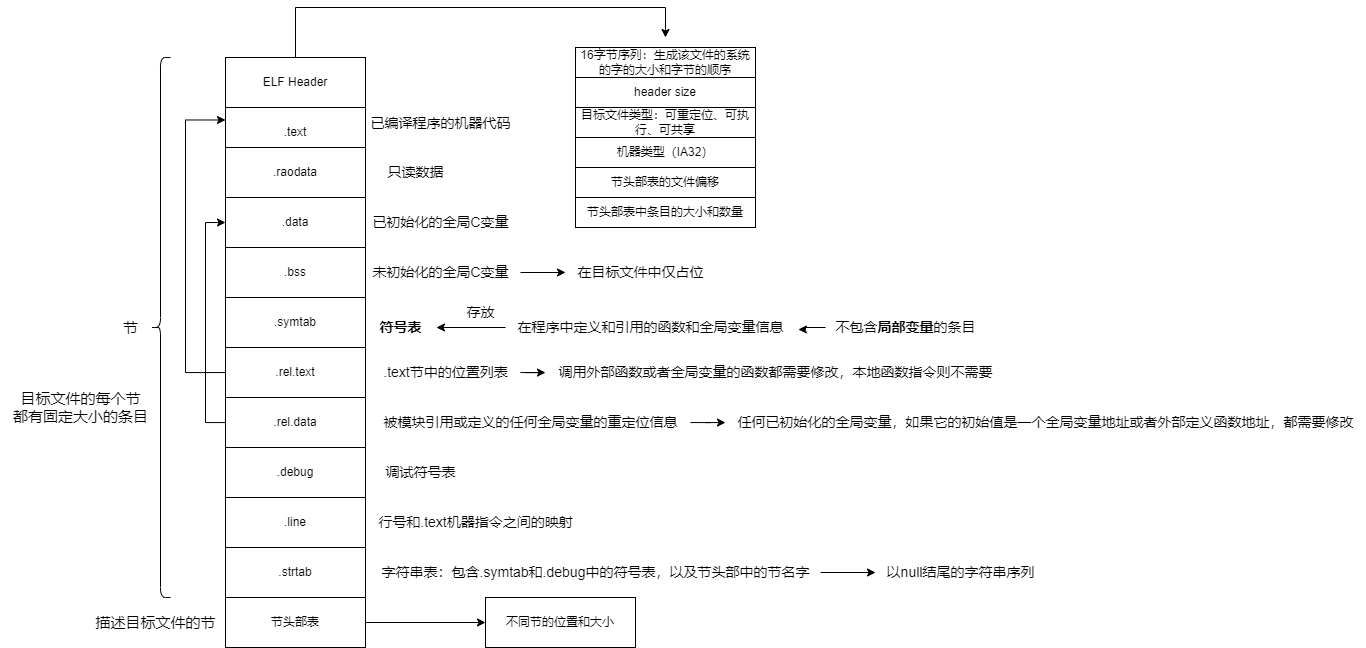
Before: data/ELF.drawio.png, a diagram exported from draw.io (mo-xiaoxiu/imagefrommyblog). Source tidied: cells renumbered, new cells last; positions are measured from the earlier drawing's top-left corner, leaving out a move shared by most shapes. Source of this version:
```xml
<mxGraphModel>
  <root>
    <mxCell id="0" />
    <mxCell id="1" parent="0" />
    <mxCell id="2" value="ELF Header" style="rounded=0;whiteSpace=wrap;html=1;" parent="1" vertex="1">
      <mxGeometry x="225" y="50" width="140" height="50" as="geometry" />
    </mxCell>
    <mxCell id="3" value=".text" style="rounded=0;whiteSpace=wrap;html=1;" parent="1" vertex="1">
      <mxGeometry x="225" y="100" width="140" height="50" as="geometry" />
    </mxCell>
    <mxCell id="4" value=".raodata" style="rounded=0;whiteSpace=wrap;html=1;" parent="1" vertex="1">
      <mxGeometry x="225" y="140" width="140" height="50" as="geometry" />
    </mxCell>
    <mxCell id="5" value=".data" style="rounded=0;whiteSpace=wrap;html=1;" parent="1" vertex="1">
      <mxGeometry x="225" y="190" width="140" height="50" as="geometry" />
    </mxCell>
    <mxCell id="6" value=".bss" style="rounded=0;whiteSpace=wrap;html=1;" parent="1" vertex="1">
      <mxGeometry x="225" y="240" width="140" height="50" as="geometry" />
    </mxCell>
    <mxCell id="7" value=".symtab" style="rounded=0;whiteSpace=wrap;html=1;" parent="1" vertex="1">
      <mxGeometry x="225" y="290" width="140" height="50" as="geometry" />
    </mxCell>
    <mxCell id="8" style="edgeStyle=orthogonalEdgeStyle;rounded=0;jettySize=auto;html=1;entryX=0;entryY=0.25;entryDx=0;entryDy=0;fontSize=14;" parent="1" edge="1" source="9" target="3">
      <mxGeometry relative="1" as="geometry">
        <Array as="points">
          <mxPoint x="185" y="365" />
          <mxPoint x="185" y="113" />
        </Array>
      </mxGeometry>
    </mxCell>
    <mxCell id="9" value=".rel.text" style="rounded=0;whiteSpace=wrap;html=1;" parent="1" vertex="1">
      <mxGeometry x="225" y="340" width="140" height="50" as="geometry" />
    </mxCell>
    <mxCell id="10" style="edgeStyle=orthogonalEdgeStyle;rounded=0;jettySize=auto;html=1;entryX=0;entryY=0.5;entryDx=0;entryDy=0;fontSize=14;" parent="1" edge="1" source="11" target="5">
      <mxGeometry relative="1" as="geometry">
        <Array as="points">
          <mxPoint x="205" y="415" />
          <mxPoint x="205" y="215" />
        </Array>
      </mxGeometry>
    </mxCell>
    <mxCell id="11" value=".rel.data" style="rounded=0;whiteSpace=wrap;html=1;" parent="1" vertex="1">
      <mxGeometry x="225" y="390" width="140" height="50" as="geometry" />
    </mxCell>
    <mxCell id="12" value=".debug" style="rounded=0;whiteSpace=wrap;html=1;" parent="1" vertex="1">
      <mxGeometry x="225" y="440" width="140" height="50" as="geometry" />
    </mxCell>
    <mxCell id="13" value=".line" style="rounded=0;whiteSpace=wrap;html=1;" parent="1" vertex="1">
      <mxGeometry x="225" y="490" width="140" height="50" as="geometry" />
    </mxCell>
    <mxCell id="14" value=".strtab" style="rounded=0;whiteSpace=wrap;html=1;" parent="1" vertex="1">
      <mxGeometry x="225" y="540" width="140" height="50" as="geometry" />
    </mxCell>
    <mxCell id="15" style="edgeStyle=orthogonalEdgeStyle;rounded=0;jettySize=auto;html=1;" parent="1" edge="1" source="16" target="17">
      <mxGeometry relative="1" as="geometry" />
    </mxCell>
    <mxCell id="16" value="节头部表" style="rounded=0;whiteSpace=wrap;html=1;" parent="1" vertex="1">
      <mxGeometry x="225" y="590" width="140" height="50" as="geometry" />
    </mxCell>
    <mxCell id="17" value="不同节的位置和大小" style="rounded=0;whiteSpace=wrap;html=1;" parent="1" vertex="1">
      <mxGeometry x="485" y="590" width="150" height="50" as="geometry" />
    </mxCell>
    <mxCell id="18" style="shape=curlyBracket;whiteSpace=wrap;html=1;rounded=1;" parent="1" vertex="1">
      <mxGeometry x="150" y="50" width="20" height="540" as="geometry" />
    </mxCell>
    <mxCell id="19" value="&lt;font style=&quot;font-size: 15px;&quot;&gt;节&lt;/font&gt;" style="text;html=1;align=center;verticalAlign=middle;strokeColor=none;fillColor=none;" parent="1" vertex="1">
      <mxGeometry x="110" y="305" width="40" height="30" as="geometry" />
    </mxCell>
    <mxCell id="20" value="描述目标文件的节" style="text;html=1;align=center;verticalAlign=middle;strokeColor=none;fillColor=none;fontSize=15;" parent="1" vertex="1">
      <mxGeometry x="85" y="600" width="140" height="30" as="geometry" />
    </mxCell>
    <mxCell id="21" style="group;" parent="1" vertex="1">
      <mxGeometry x="575" y="40" width="180" height="180" as="geometry" />
    </mxCell>
    <mxCell id="22" value="16字节序列：生成该文件的系统的字的大小和字节的顺序" style="rounded=0;whiteSpace=wrap;html=1;" parent="21" vertex="1">
      <mxGeometry width="180" height="30" as="geometry" />
    </mxCell>
    <mxCell id="23" value="header size&lt;span style=&quot;color: rgba(0, 0, 0, 0); font-family: monospace; font-size: 0px; text-align: start;&quot;&gt;%3CmxGraphModel%3E%3Croot%3E%3CmxCell%20id%3D%220%22%2F%3E%3CmxCell%20id%3D%221%22%20parent%3D%220%22%2F%3E%3CmxCell%20id%3D%222%22%20value%3D%2216%E5%AD%97%E8%8A%82%E5%BA%8F%E5%88%97%EF%BC%9A%E7%94%9F%E6%88%90%E8%AF%A5%E6%96%87%E4%BB%B6%E7%9A%84%E7%B3%BB%E7%BB%9F%E7%9A%84%E5%AD%97%E7%9A%84%E5%A4%A7%E5%B0%8F%E5%92%8C%E5%AD%97%E8%8A%82%E7%9A%84%E9%A1%BA%E5%BA%8F%22%20style%3D%22rounded%3D0%3BwhiteSpace%3Dwrap%3Bhtml%3D1%3B%22%20vertex%3D%221%22%20parent%3D%221%22%3E%3CmxGeometry%20x%3D%22470%22%20y%3D%22180%22%20width%3D%22180%22%20height%3D%2230%22%20as%3D%22geometry%22%2F%3E%3C%2FmxCell%3E%3C%2Froot%3E%3C%2FmxGraphModel%3E&lt;/span&gt;" style="rounded=0;whiteSpace=wrap;html=1;" parent="21" vertex="1">
      <mxGeometry y="30" width="180" height="30" as="geometry" />
    </mxCell>
    <mxCell id="24" value="目标文件类型：可重定位、可执行、可共享" style="rounded=0;whiteSpace=wrap;html=1;" parent="21" vertex="1">
      <mxGeometry y="60" width="180" height="30" as="geometry" />
    </mxCell>
    <mxCell id="25" value="机器类型（IA32）" style="rounded=0;whiteSpace=wrap;html=1;" parent="21" vertex="1">
      <mxGeometry y="90" width="180" height="30" as="geometry" />
    </mxCell>
    <mxCell id="26" value="节头部表的文件偏移" style="rounded=0;whiteSpace=wrap;html=1;" parent="21" vertex="1">
      <mxGeometry y="120" width="180" height="30" as="geometry" />
    </mxCell>
    <mxCell id="27" value="节头部表中条目的大小和数量" style="rounded=0;whiteSpace=wrap;html=1;" parent="21" vertex="1">
      <mxGeometry y="150" width="180" height="30" as="geometry" />
    </mxCell>
    <mxCell id="28" style="edgeStyle=orthogonalEdgeStyle;rounded=0;jettySize=auto;html=1;fontSize=15;" parent="1" edge="1" source="2">
      <mxGeometry relative="1" as="geometry">
        <mxPoint x="665" y="30" as="targetPoint" />
        <Array as="points">
          <mxPoint x="295" />
          <mxPoint x="665" />
        </Array>
      </mxGeometry>
    </mxCell>
    <mxCell id="29" value="目标文件的每个节&lt;br&gt;都有固定大小的条目" style="text;html=1;align=center;verticalAlign=middle;strokeColor=none;fillColor=none;fontSize=15;" parent="1" vertex="1">
      <mxGeometry y="375" width="160" height="50" as="geometry" />
    </mxCell>
    <mxCell id="30" value="&lt;font style=&quot;font-size: 14px;&quot;&gt;已编译程序的机器代码&lt;/font&gt;" style="text;html=1;align=center;verticalAlign=middle;strokeColor=none;fillColor=none;fontSize=15;" parent="1" vertex="1">
      <mxGeometry x="360" y="100" width="160" height="30" as="geometry" />
    </mxCell>
    <mxCell id="31" value="只读数据" style="text;html=1;align=center;verticalAlign=middle;strokeColor=none;fillColor=none;fontSize=14;" parent="1" vertex="1">
      <mxGeometry x="375" y="150" width="80" height="30" as="geometry" />
    </mxCell>
    <mxCell id="32" value="已初始化的全局C变量" style="text;html=1;align=center;verticalAlign=middle;strokeColor=none;fillColor=none;fontSize=14;" parent="1" vertex="1">
      <mxGeometry x="360" y="200" width="160" height="30" as="geometry" />
    </mxCell>
    <mxCell id="33" style="edgeStyle=orthogonalEdgeStyle;rounded=0;jettySize=auto;html=1;entryX=0;entryY=0.5;entryDx=0;entryDy=0;entryPerimeter=0;fontSize=14;" parent="1" edge="1" source="34" target="35">
      <mxGeometry relative="1" as="geometry" />
    </mxCell>
    <mxCell id="34" value="未初始化的全局C变量" style="text;html=1;align=center;verticalAlign=middle;points=[];strokeColor=none;fillColor=none;fontSize=14;" parent="1" vertex="1">
      <mxGeometry x="360" y="250" width="160" height="30" as="geometry" />
    </mxCell>
    <mxCell id="35" value="在目标文件中仅占位" style="text;html=1;align=center;verticalAlign=middle;points=[];strokeColor=none;fillColor=none;fontSize=14;" parent="1" vertex="1">
      <mxGeometry x="565" y="250" width="150" height="30" as="geometry" />
    </mxCell>
    <mxCell id="36" value="&lt;b&gt;符号表&lt;/b&gt;" style="text;html=1;align=center;verticalAlign=middle;points=[];strokeColor=none;fillColor=none;fontSize=14;" parent="1" vertex="1">
      <mxGeometry x="365" y="305" width="70" height="30" as="geometry" />
    </mxCell>
    <mxCell id="37" style="edgeStyle=orthogonalEdgeStyle;rounded=0;jettySize=auto;html=1;entryX=1.014;entryY=0.5;entryDx=0;entryDy=0;entryPerimeter=0;fontSize=14;" parent="1" edge="1" source="38" target="36">
      <mxGeometry relative="1" as="geometry" />
    </mxCell>
    <mxCell id="38" value="在程序中定义和引用的函数和全局变量信息" style="text;html=1;align=center;verticalAlign=middle;points=[];strokeColor=none;fillColor=none;fontSize=14;" parent="1" vertex="1">
      <mxGeometry x="505" y="305" width="290" height="30" as="geometry" />
    </mxCell>
    <mxCell id="39" value="存放" style="text;html=1;align=center;verticalAlign=middle;strokeColor=none;fillColor=none;fontSize=14;" parent="1" vertex="1">
      <mxGeometry x="455" y="290" width="50" height="30" as="geometry" />
    </mxCell>
    <mxCell id="40" style="edgeStyle=orthogonalEdgeStyle;rounded=0;jettySize=auto;html=1;entryX=1.01;entryY=0.567;entryDx=0;entryDy=0;entryPerimeter=0;fontSize=14;" parent="1" edge="1" source="41" target="38">
      <mxGeometry relative="1" as="geometry" />
    </mxCell>
    <mxCell id="41" value="不包含&lt;b&gt;局部变量&lt;/b&gt;的条目" style="text;html=1;align=center;verticalAlign=middle;points=[];strokeColor=none;fillColor=none;fontSize=14;" parent="1" vertex="1">
      <mxGeometry x="825" y="305" width="160" height="30" as="geometry" />
    </mxCell>
    <mxCell id="42" style="edgeStyle=orthogonalEdgeStyle;rounded=0;jettySize=auto;html=1;fontSize=14;" parent="1" edge="1" source="43" target="44">
      <mxGeometry relative="1" as="geometry" />
    </mxCell>
    <mxCell id="43" value=".text节中的位置列表" style="text;html=1;align=center;verticalAlign=middle;points=[];strokeColor=none;fillColor=none;fontSize=14;" parent="1" vertex="1">
      <mxGeometry x="370" y="350" width="150" height="30" as="geometry" />
    </mxCell>
    <mxCell id="44" value="调用外部函数或者全局变量的函数都需要修改，本地函数指令则不需要" style="text;html=1;align=center;verticalAlign=middle;points=[];strokeColor=none;fillColor=none;fontSize=14;" parent="1" vertex="1">
      <mxGeometry x="545" y="350" width="460" height="30" as="geometry" />
    </mxCell>
    <mxCell id="45" style="edgeStyle=orthogonalEdgeStyle;rounded=0;jettySize=auto;html=1;fontSize=14;" parent="1" edge="1" source="46" target="47">
      <mxGeometry relative="1" as="geometry" />
    </mxCell>
    <mxCell id="46" value="被模块引用或定义的任何全局变量的重定位信息" style="text;html=1;align=center;verticalAlign=middle;points=[];strokeColor=none;fillColor=none;fontSize=14;" parent="1" vertex="1">
      <mxGeometry x="370" y="400" width="320" height="30" as="geometry" />
    </mxCell>
    <mxCell id="47" value="任何已初始化的全局变量，如果它的初始值是一个全局变量地址或者外部定义函数地址，都需要修改" style="text;html=1;align=center;verticalAlign=middle;points=[];strokeColor=none;fillColor=none;fontSize=14;" parent="1" vertex="1">
      <mxGeometry x="725" y="400" width="640" height="30" as="geometry" />
    </mxCell>
    <mxCell id="48" value="调试符号表" style="text;html=1;align=center;verticalAlign=middle;strokeColor=none;fillColor=none;fontSize=14;" parent="1" vertex="1">
      <mxGeometry x="375" y="450" width="90" height="30" as="geometry" />
    </mxCell>
    <mxCell id="49" value="行号和.text机器指令之间的映射" style="text;html=1;align=center;verticalAlign=middle;strokeColor=none;fillColor=none;fontSize=14;" parent="1" vertex="1">
      <mxGeometry x="365" y="500" width="220" height="30" as="geometry" />
    </mxCell>
    <mxCell id="50" style="edgeStyle=orthogonalEdgeStyle;rounded=0;jettySize=auto;html=1;fontSize=14;" parent="1" edge="1" source="51" target="52">
      <mxGeometry relative="1" as="geometry" />
    </mxCell>
    <mxCell id="51" value="字符串表：包含.symtab和.debug中的符号表，以及节头部中的节名字" style="text;html=1;align=center;verticalAlign=middle;points=[];strokeColor=none;fillColor=none;fontSize=14;" parent="1" vertex="1">
      <mxGeometry x="370" y="550" width="450" height="30" as="geometry" />
    </mxCell>
    <mxCell id="52" value="以null结尾的字符串序列" style="text;html=1;align=center;verticalAlign=middle;points=[];strokeColor=none;fillColor=none;fontSize=14;" parent="1" vertex="1">
      <mxGeometry x="875" y="550" width="170" height="30" as="geometry" />
    </mxCell>
  </root>
</mxGraphModel>
```
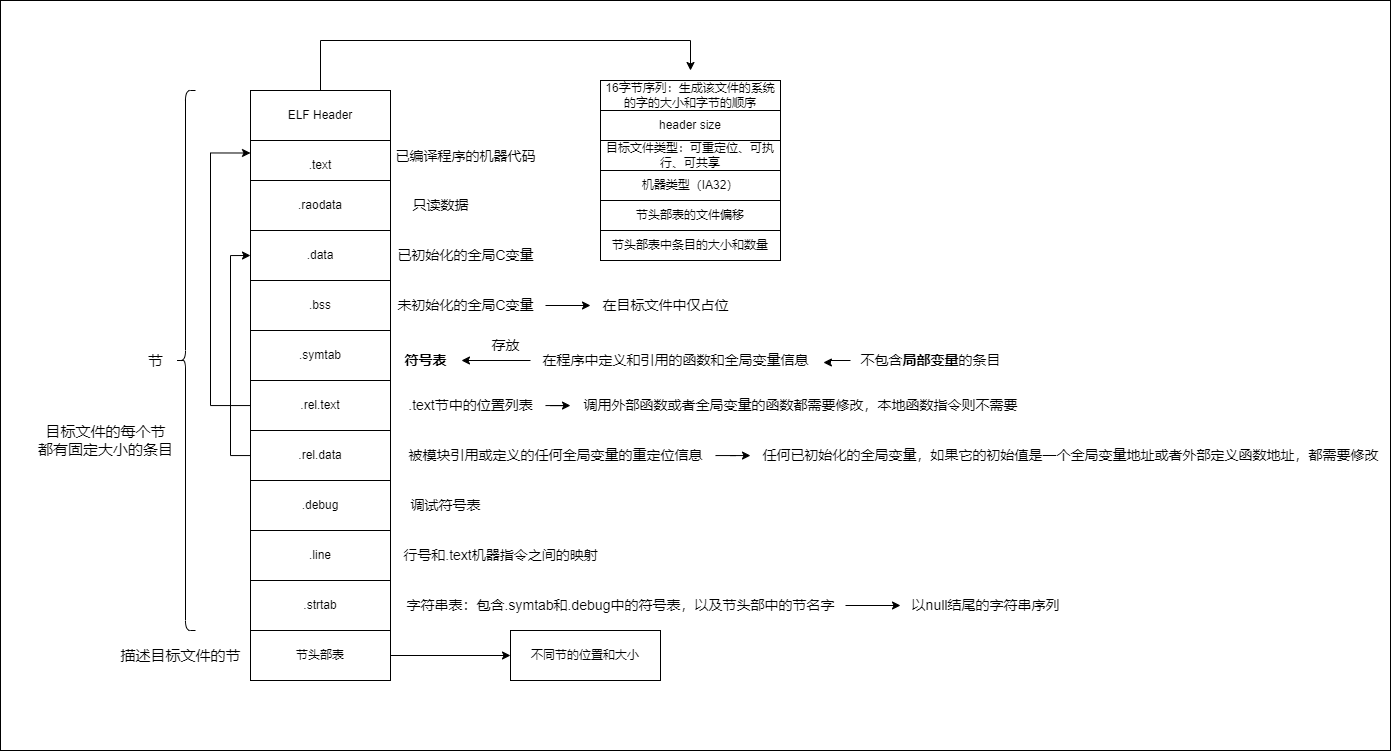
The same diagram one commit later.

Diff of the diagram source:
```diff
@@ -2,6 +2,9 @@
   <root>
     <mxCell id="0" />
     <mxCell id="1" parent="0" />
+    <mxCell id="53" style="rounded=0;whiteSpace=wrap;html=1;fontSize=14;" parent="1" vertex="1">
+      <mxGeometry x="-25" y="-40" width="1390" height="750" as="geometry" />
+    </mxCell>
     <mxCell id="2" value="ELF Header" style="rounded=0;whiteSpace=wrap;html=1;" parent="1" vertex="1">
       <mxGeometry x="225" y="50" width="140" height="50" as="geometry" />
     </mxCell>
```
